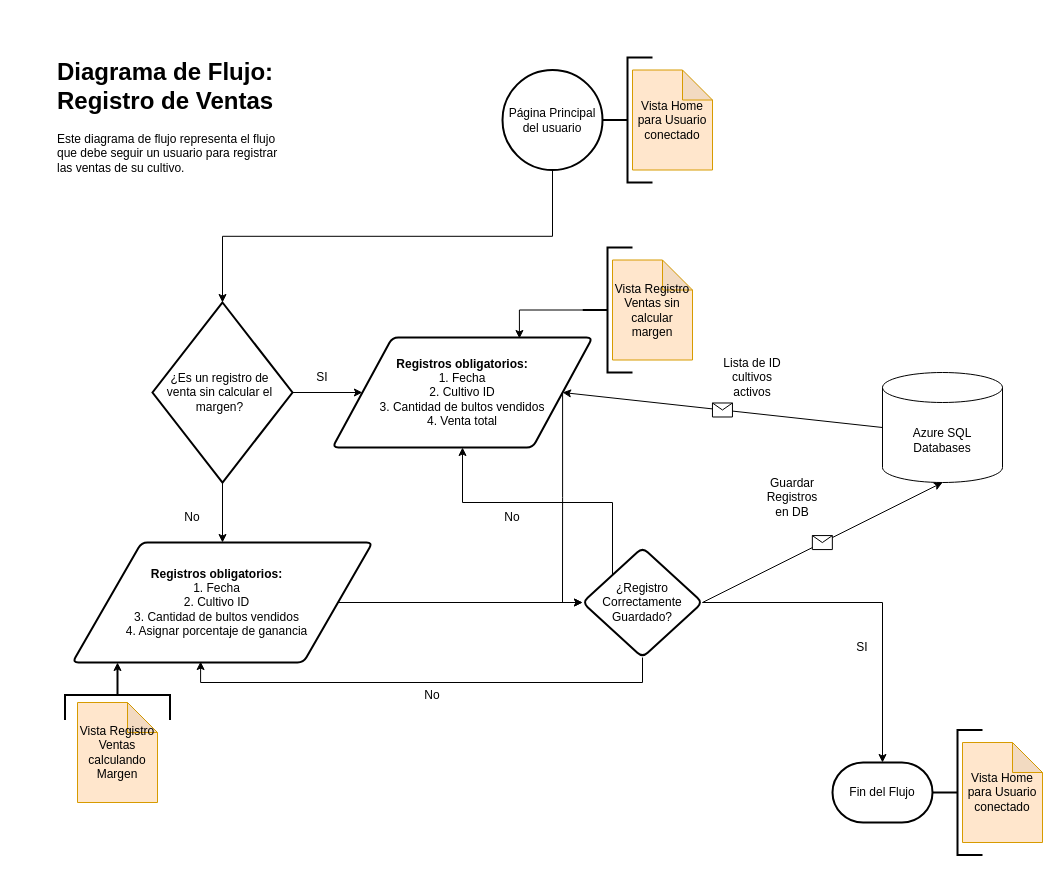
Before: page "Income Records" (3 of 4) of flowchart.drawio in Waldemar77/PapAppCost_FlowChart, a draw.io diagram. Source tidied: cells renumbered, new cells numbered last; positions are measured from the earlier drawing's top-left corner, leaving out a move shared by most shapes. Both pictures are drawn from the tidied source at 100%, with x=0, y=0 at pixel (52, 52).
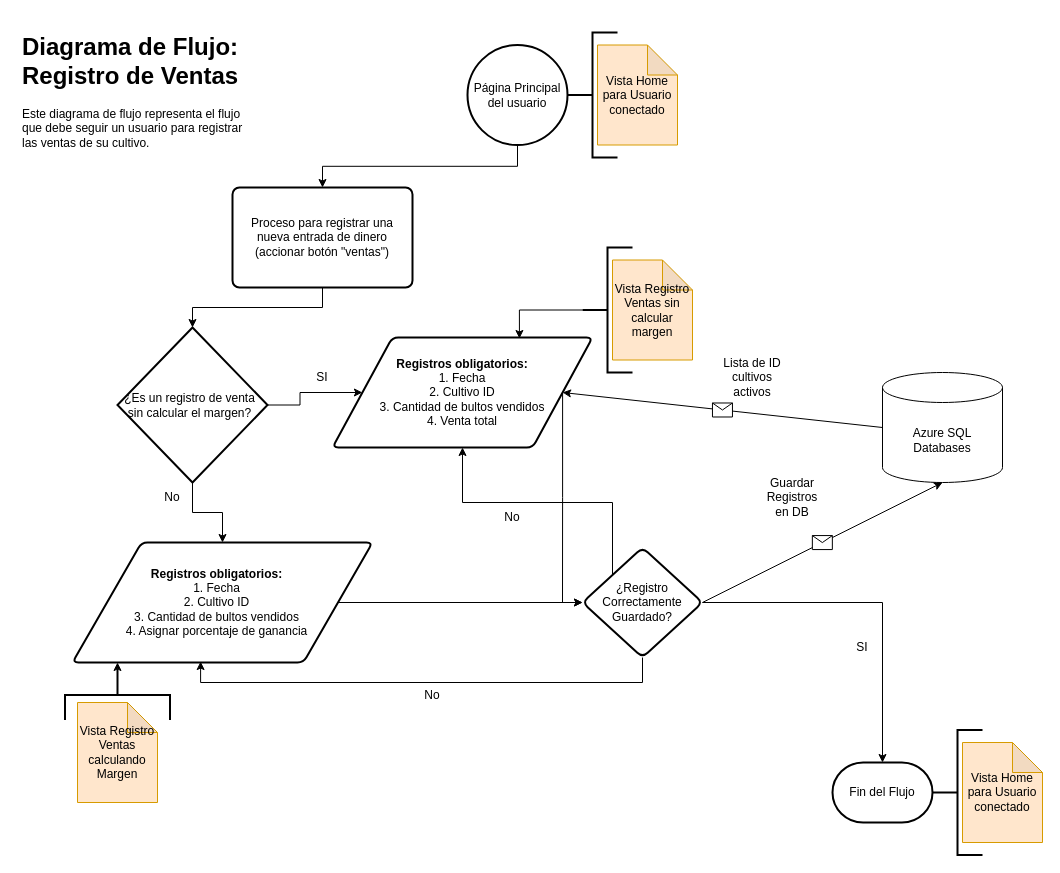
The same diagram, later.

What changed in the source:
```diff
@@
-    <mxCell id="2" style="edgeStyle=orthogonalEdgeStyle;rounded=0;jettySize=auto;html=1;exitX=0.5;exitY=1;exitDx=0;exitDy=0;exitPerimeter=0;" parent="1" edge="1" source="3" target="24">
-      <mxGeometry relative="1" as="geometry" />
-    </mxCell>
+    <mxCell id="39" style="edgeStyle=orthogonalEdgeStyle;rounded=0;jettySize=auto;html=1;exitX=0.5;exitY=1;exitDx=0;exitDy=0;exitPerimeter=0;entryX=0.5;entryY=0;entryDx=0;entryDy=0;" parent="1" edge="1" source="3" target="41">
+      <mxGeometry relative="1" as="geometry" />
+    </mxCell>
     <mxCell id="3" value="Página Principal del usuario" style="strokeWidth=2;html=1;shape=mxgraph.flowchart.start_2;whiteSpace=wrap;" parent="1" vertex="1">
-      <mxGeometry x="450" y="17.5" width="100" height="100" as="geometry" />
+      <mxGeometry x="415" y="-7.5" width="100" height="100" as="geometry" />
     </mxCell>
     <mxCell id="4" value="Vista Home para Usuario conectado" style="shape=note;whiteSpace=wrap;html=1;backgroundOutline=1;darkOpacity=0.05;fillColor=#ffe6cc;strokeColor=#d79b00;" parent="1" vertex="1">
-      <mxGeometry x="580" y="17.5" width="80" height="100" as="geometry" />
+      <mxGeometry x="545" y="-7.5" width="80" height="100" as="geometry" />
     </mxCell>
     <mxCell id="5" style="strokeWidth=2;html=1;shape=mxgraph.flowchart.annotation_2;align=left;labelPosition=right;" parent="1" vertex="1">
-      <mxGeometry x="550" y="5" width="50" height="125" as="geometry" />
+      <mxGeometry x="515" y="-20" width="50" height="125" as="geometry" />
     </mxCell>
     <mxCell id="6" value="&lt;h1&gt;Diagrama de Flujo: Registro de Ventas&lt;/h1&gt;&lt;p&gt;Este diagrama de flujo representa el flujo que debe seguir un usuario para registrar las ventas de su cultivo.&lt;/p&gt;" style="text;html=1;strokeColor=none;fillColor=none;spacing=5;spacingTop=-20;whiteSpace=wrap;overflow=hidden;rounded=0;" parent="1" vertex="1">
-      <mxGeometry width="230" height="130" as="geometry" />
+      <mxGeometry x="-35" y="-25" width="230" height="130" as="geometry" />
     </mxCell>
@@
     <mxCell id="24" value="¿Es un registro de venta sin calcular el margen?" style="strokeWidth=2;html=1;shape=mxgraph.flowchart.decision;whiteSpace=wrap;gradientColor=none;fillColor=default;spacingTop=0;spacingLeft=5;spacingRight=10;" parent="1" vertex="1">
-      <mxGeometry x="100" y="250" width="140" height="180" as="geometry" />
+      <mxGeometry x="65" y="275" width="150" height="155" as="geometry" />
     </mxCell>
@@
     <mxCell id="30" value="No" style="text;html=1;strokeColor=none;fillColor=none;align=center;verticalAlign=middle;whiteSpace=wrap;rounded=0;" parent="1" vertex="1">
-      <mxGeometry x="110" y="450" width="60" height="30" as="geometry" />
+      <mxGeometry x="90" y="430" width="60" height="30" as="geometry" />
     </mxCell>
@@
+    <mxCell id="40" style="edgeStyle=orthogonalEdgeStyle;rounded=0;jettySize=auto;html=1;exitX=0.5;exitY=1;exitDx=0;exitDy=0;entryX=0.5;entryY=0;entryDx=0;entryDy=0;entryPerimeter=0;" parent="1" edge="1" source="41" target="24">
+      <mxGeometry relative="1" as="geometry" />
+    </mxCell>
+    <mxCell id="41" value="Proceso para registrar una nueva entrada de dinero (accionar botón &quot;ventas&quot;)" style="rounded=1;whiteSpace=wrap;html=1;absoluteArcSize=1;arcSize=14;strokeWidth=2;" parent="1" vertex="1">
+      <mxGeometry x="180" y="135" width="180" height="100" as="geometry" />
+    </mxCell>
```
